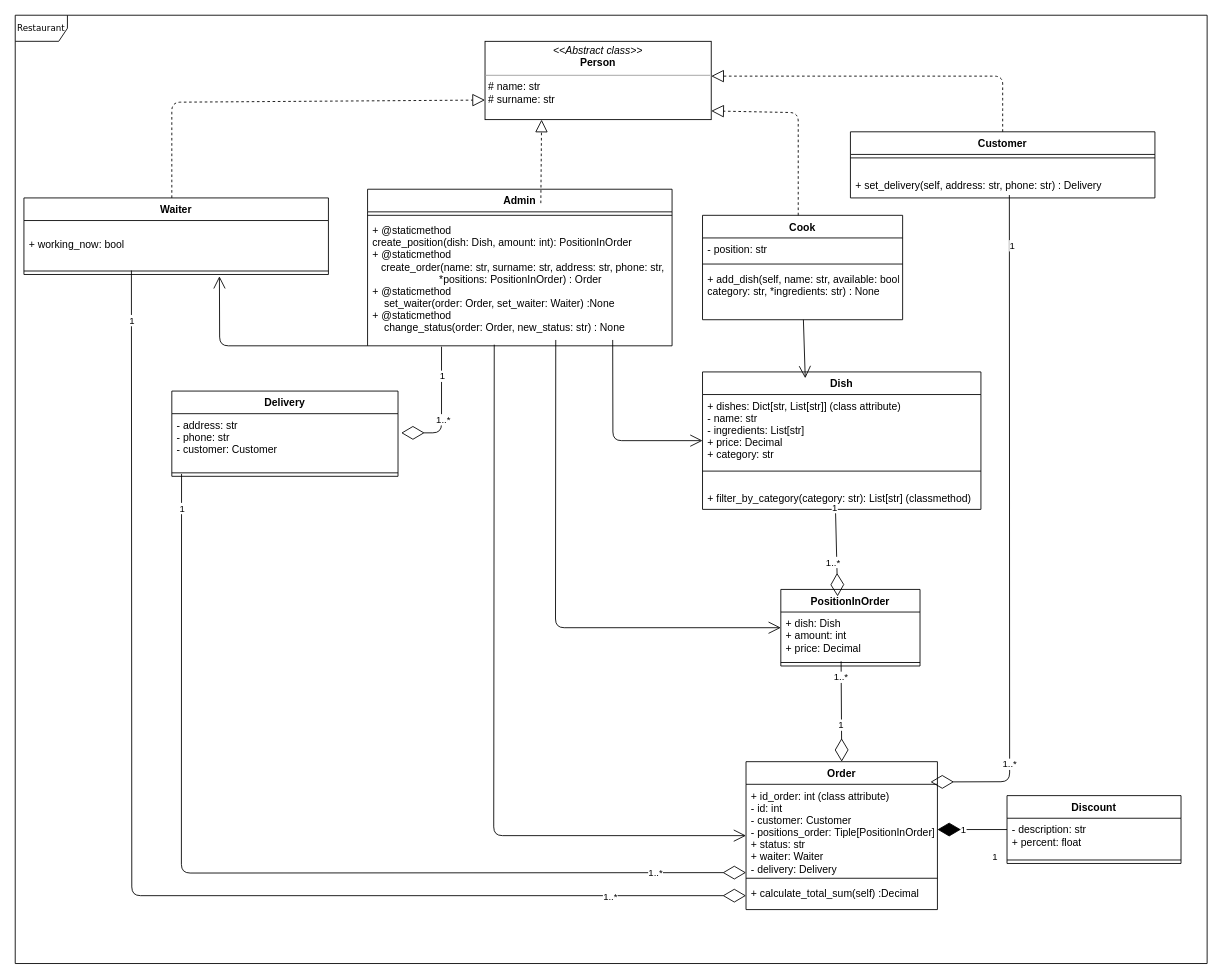
This is python_module/task5/restaurant.drawio from julia-kopysova/python-education, a draw.io file, before an edit. Source tidied: cells renumbered, new cells numbered last; positions are measured from the earlier drawing's top-left corner, leaving out a move shared by most shapes. Both pictures are drawn from the tidied source at 87%, with x=0, y=0 at pixel (15, 15).
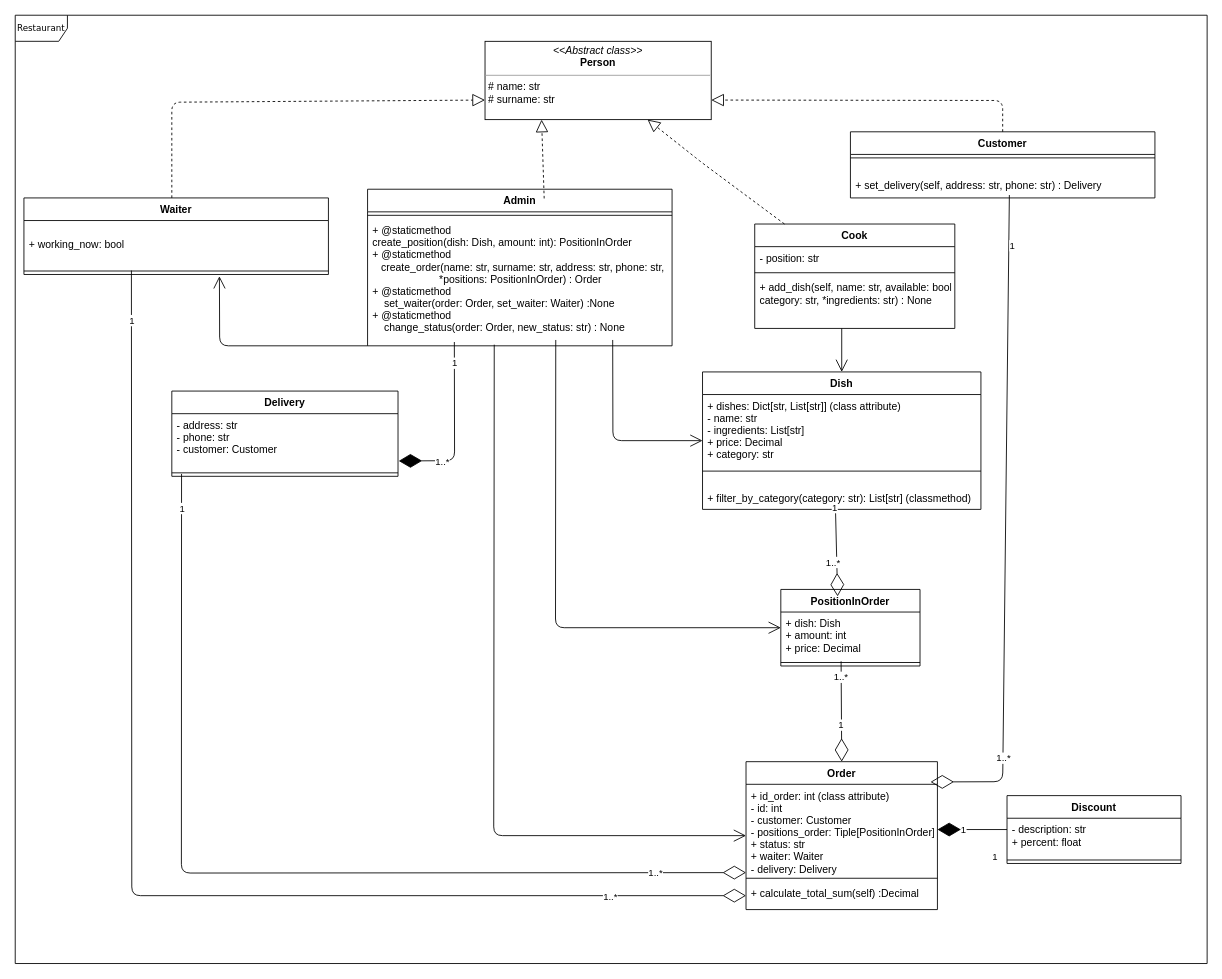
Above is the later version.

Commit message:
Changed relationship between Admin and Delivery

Unchanged cells that the change refers to:
```xml
<mxCell id="3" value="&lt;p style=&quot;margin: 0px ; margin-top: 4px ; text-align: center&quot;&gt;&lt;i&gt;&amp;lt;&amp;lt;Abstract&amp;nbsp;class&amp;gt;&amp;gt;&lt;/i&gt;&lt;br&gt;&lt;b&gt;Person&lt;/b&gt;&lt;/p&gt;&lt;hr size=&quot;1&quot;&gt;&lt;p style=&quot;margin: 0px ; margin-left: 4px&quot;&gt;# name: str&lt;br&gt;# surname: str&lt;/p&gt;&lt;p style=&quot;margin: 0px ; margin-left: 4px&quot;&gt;&lt;br&gt;&lt;/p&gt;&lt;p style=&quot;margin: 0px ; margin-left: 4px&quot;&gt;&lt;br&gt;&lt;/p&gt;" style="verticalAlign=top;align=left;overflow=fill;fontSize=12;fontFamily=Helvetica;html=1;rounded=0;shadow=0;comic=0;labelBackgroundColor=none;strokeWidth=1;" parent="1" vertex="1">
  <mxGeometry x="540" y="30" width="260" height="90" as="geometry" />
</mxCell>
<mxCell id="4" value="Customer" style="swimlane;fontStyle=1;align=center;verticalAlign=top;horizontal=1;startSize=26;" parent="1" vertex="1">
  <mxGeometry x="960" y="134" width="350" height="76" as="geometry" />
</mxCell>
<mxCell id="6" value="&#10;+ set_delivery(self, address: str, phone: str) : Delivery" style="text;strokeColor=none;fillColor=none;align=left;verticalAlign=top;spacingLeft=4;spacingRight=4;overflow=hidden;points=[[0,0.5],[1,0.5]];portConstraint=eastwest;" parent="4" vertex="1">
  <mxGeometry y="34" width="350" height="42" as="geometry" />
</mxCell>
<mxCell id="12" style="line;strokeWidth=1;fillColor=none;align=left;verticalAlign=middle;spacingTop=-1;spacingLeft=3;spacingRight=3;labelPosition=right;points=[];portConstraint=eastwest;" parent="10" vertex="1">
  <mxGeometry y="80" width="350" height="8" as="geometry" />
</mxCell>
<mxCell id="15" value="Order" style="swimlane;fontStyle=1;align=center;verticalAlign=top;horizontal=1;startSize=26;" parent="1" vertex="1">
  <mxGeometry x="840" y="858" width="220" height="170" as="geometry" />
</mxCell>
<mxCell id="19" value="Dish" style="swimlane;fontStyle=1;align=center;verticalAlign=top;horizontal=1;startSize=26;" parent="1" vertex="1">
  <mxGeometry x="790" y="410" width="320" height="158" as="geometry" />
</mxCell>
<mxCell id="27" value="- address: str&#10;- phone: str&#10;- customer: Customer" style="text;strokeColor=none;fillColor=none;align=left;verticalAlign=top;spacingLeft=4;spacingRight=4;overflow=hidden;points=[[0,0.5],[1,0.5]];portConstraint=eastwest;" parent="26" vertex="1">
  <mxGeometry y="26" width="260" height="64" as="geometry" />
</mxCell>
<mxCell id="32" value="+ add_dish(self, name: str, available: bool, &#10;category: str, *ingredients: str) : None" style="text;strokeColor=none;fillColor=none;align=left;verticalAlign=top;spacingLeft=4;spacingRight=4;overflow=hidden;points=[[0,0.5],[1,0.5]];portConstraint=eastwest;" parent="29" vertex="1">
  <mxGeometry y="60" width="230" height="60" as="geometry" />
</mxCell>
<mxCell id="33" value="Admin" style="swimlane;fontStyle=1;align=center;verticalAlign=top;horizontal=1;startSize=26;" parent="1" vertex="1">
  <mxGeometry x="405" y="200" width="350" height="180" as="geometry" />
</mxCell>
<mxCell id="35" value="+ @staticmethod &#10;create_position(dish: Dish, amount: int): PositionInOrder&#10;+ @staticmethod&#10;   create_order(name: str, surname: str, address: str, phone: str,&#10;                       *positions: PositionInOrder) : Order&#10;+ @staticmethod&#10;    set_waiter(order: Order, set_waiter: Waiter) :None&#10;+ @staticmethod&#10;    change_status(order: Order, new_status: str) : None" style="text;strokeColor=none;fillColor=none;align=left;verticalAlign=top;spacingLeft=4;spacingRight=4;overflow=hidden;points=[[0,0.5],[1,0.5]];portConstraint=eastwest;" parent="33" vertex="1">
  <mxGeometry y="34" width="350" height="146" as="geometry" />
</mxCell>
```

Change to the diagram source:
```diff
@@
-    <mxCell id="13" style="endArrow=block;dashed=1;endFill=0;endSize=12;html=1;exitX=0.5;exitY=0;exitDx=0;exitDy=0;" parent="1" edge="1" source="4">
+    <mxCell id="13" style="endArrow=block;dashed=1;endFill=0;endSize=12;html=1;exitX=0.5;exitY=0;exitDx=0;exitDy=0;entryX=1;entryY=0.75;entryDx=0;entryDy=0;" parent="1" edge="1" source="4" target="3">
       <mxGeometry relative="1" as="geometry">
-        <mxPoint x="800" y="70" as="targetPoint" />
         <Array as="points">
           <mxPoint x="1135" y="98" />
-          <mxPoint x="1135" y="70" />
         </Array>
       </mxGeometry>
     </mxCell>
@@
     <mxCell id="29" value="Cook" style="swimlane;fontStyle=1;align=center;verticalAlign=top;horizontal=1;startSize=26;" parent="1" vertex="1">
-      <mxGeometry x="790" y="230" width="230" height="120" as="geometry" />
+      <mxGeometry x="850" y="240" width="230" height="120" as="geometry" />
     </mxCell>
@@
-    <mxCell id="36" style="endArrow=block;dashed=1;endFill=0;endSize=12;html=1;" parent="1" edge="1">
+    <mxCell id="36" style="endArrow=block;dashed=1;endFill=0;endSize=12;html=1;" parent="1" edge="1" source="29" target="3">
       <mxGeometry relative="1" as="geometry">
-        <mxPoint x="900" y="230" as="sourcePoint" />
-        <mxPoint x="800" y="110" as="targetPoint" />
         <Array as="points">
-          <mxPoint x="900" y="112" />
+          <mxPoint x="790" y="170" />
         </Array>
       </mxGeometry>
     </mxCell>
-    <mxCell id="37" style="endArrow=block;dashed=1;endFill=0;endSize=12;html=1;exitX=0.569;exitY=0.089;exitDx=0;exitDy=0;entryX=0.25;entryY=1;entryDx=0;entryDy=0;exitPerimeter=0;" parent="1" edge="1" source="33" target="3">
+    <mxCell id="37" style="endArrow=block;dashed=1;endFill=0;endSize=12;html=1;exitX=0.58;exitY=0.059;exitDx=0;exitDy=0;entryX=0.25;entryY=1;entryDx=0;entryDy=0;exitPerimeter=0;" parent="1" edge="1" source="33" target="3">
       <mxGeometry relative="1" as="geometry" />
     </mxCell>
@@
     <mxCell id="55" style="endArrow=diamondThin;endFill=0;endSize=24;html=1;entryX=0.964;entryY=0.137;entryDx=0;entryDy=0;exitX=0.522;exitY=0.921;exitDx=0;exitDy=0;exitPerimeter=0;entryPerimeter=0;" parent="1" edge="1" source="6" target="15">
       <mxGeometry relative="1" as="geometry">
         <Array as="points">
-          <mxPoint x="1143" y="881" />
+          <mxPoint x="1135" y="881" />
         </Array>
       </mxGeometry>
     </mxCell>
@@
-    <mxCell id="58" style="endArrow=open;endFill=1;endSize=12;html=1;entryX=0.369;entryY=0.046;entryDx=0;entryDy=0;entryPerimeter=0;" parent="1" edge="1" source="32" target="19">
-      <mxGeometry relative="1" as="geometry" />
+    <mxCell id="58" style="endArrow=open;endFill=1;endSize=12;html=1;entryX=0.5;entryY=0;entryDx=0;entryDy=0;" parent="1" edge="1" target="19">
+      <mxGeometry relative="1" as="geometry">
+        <mxPoint x="950" y="360" as="sourcePoint" />
+      </mxGeometry>
     </mxCell>
-    <mxCell id="59" style="endArrow=diamondThin;endFill=0;endSize=24;html=1;entryX=1.014;entryY=0.345;entryDx=0;entryDy=0;entryPerimeter=0;" parent="1" edge="1" target="27">
-      <mxGeometry relative="1" as="geometry">
-        <mxPoint x="490" y="381" as="sourcePoint" />
-        <Array as="points">
-          <mxPoint x="490" y="480" />
-        </Array>
-      </mxGeometry>
-    </mxCell>
+    <mxCell id="62" style="endArrow=open;endFill=1;endSize=12;html=1;entryX=0.642;entryY=1.25;entryDx=0;entryDy=0;entryPerimeter=0;exitX=0;exitY=1;exitDx=0;exitDy=0;" parent="1" edge="1" source="33" target="12">
+      <mxGeometry relative="1" as="geometry">
+        <Array as="points">
+          <mxPoint x="235" y="380" />
+        </Array>
+      </mxGeometry>
+    </mxCell>
+    <mxCell id="63" style="endArrow=diamondThin;endFill=1;endSize=24;html=1;exitX=0.285;exitY=0.97;exitDx=0;exitDy=0;exitPerimeter=0;entryX=1.003;entryY=0.849;entryDx=0;entryDy=0;entryPerimeter=0;" parent="1" edge="1" source="35" target="27">
+      <mxGeometry relative="1" as="geometry">
+        <Array as="points">
+          <mxPoint x="505" y="512" />
+        </Array>
+      </mxGeometry>
+    </mxCell>
-    <mxCell id="60" value="1" style="edgeLabel;html=1;align=center;verticalAlign=middle;" parent="59" vertex="1">
-      <mxGeometry x="-0.54" relative="1" as="geometry" />
+    <mxCell id="60" value="1" style="edgeLabel;html=1;align=center;verticalAlign=middle;" parent="63" vertex="1">
+      <mxGeometry x="-0.76" relative="1" as="geometry" />
     </mxCell>
-    <mxCell id="61" value="1..*" style="edgeLabel;html=1;align=center;verticalAlign=middle;" parent="59" vertex="1">
-      <mxGeometry x="0.14" y="1" relative="1" as="geometry" />
+    <mxCell id="61" value="1..*" style="edgeLabel;html=1;align=center;verticalAlign=middle;" parent="63" vertex="1">
+      <mxGeometry x="0.51" relative="1" as="geometry" />
     </mxCell>
-    <mxCell id="62" style="endArrow=open;endFill=1;endSize=12;html=1;entryX=0.642;entryY=1.25;entryDx=0;entryDy=0;entryPerimeter=0;exitX=0;exitY=1;exitDx=0;exitDy=0;" parent="1" edge="1" source="33" target="12">
-      <mxGeometry relative="1" as="geometry">
-        <Array as="points">
-          <mxPoint x="235" y="380" />
-        </Array>
-      </mxGeometry>
-    </mxCell>
```
